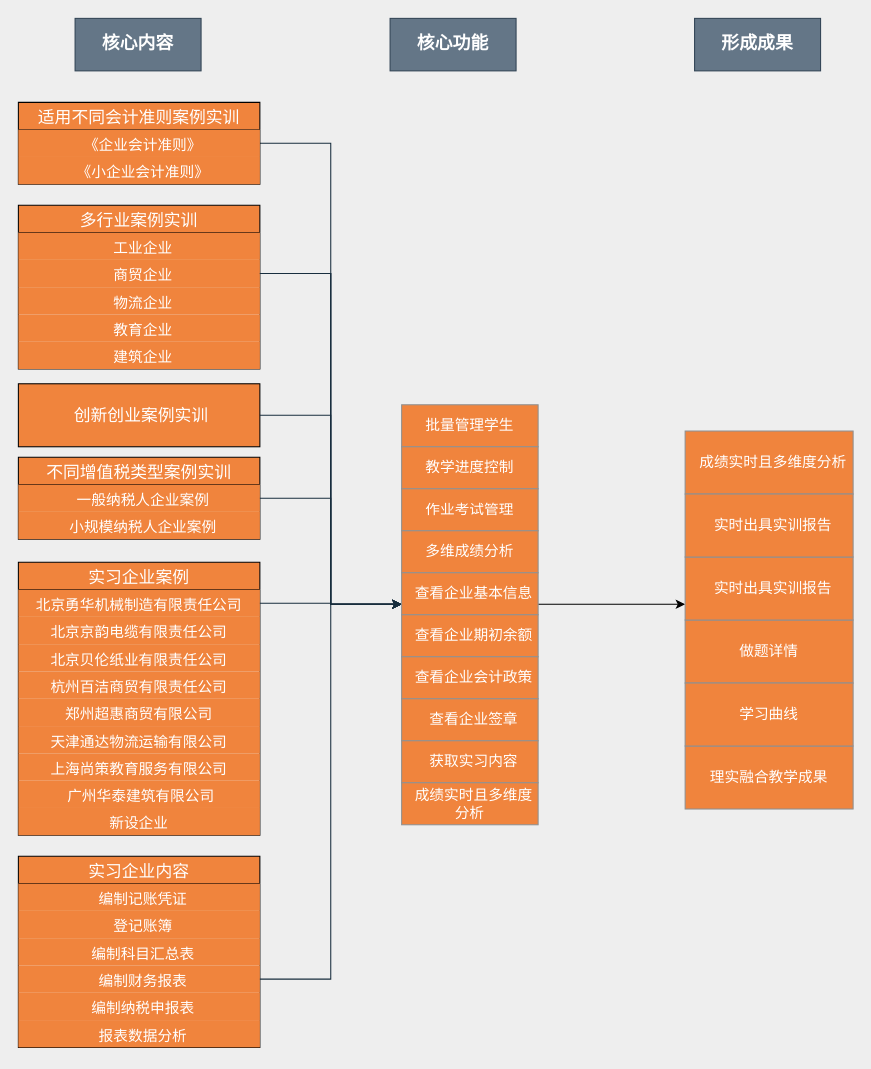
The draw.io diagram 会计综合.drawio in oldKing997/diagramsRepository, before the edit. Source tidied: cells renumbered, new cells numbered last; positions are measured from the earlier drawing's top-left corner, leaving out a move shared by most shapes. Both pictures are drawn from the tidied source at 105%, with x=0, y=0 at pixel (18, 18).
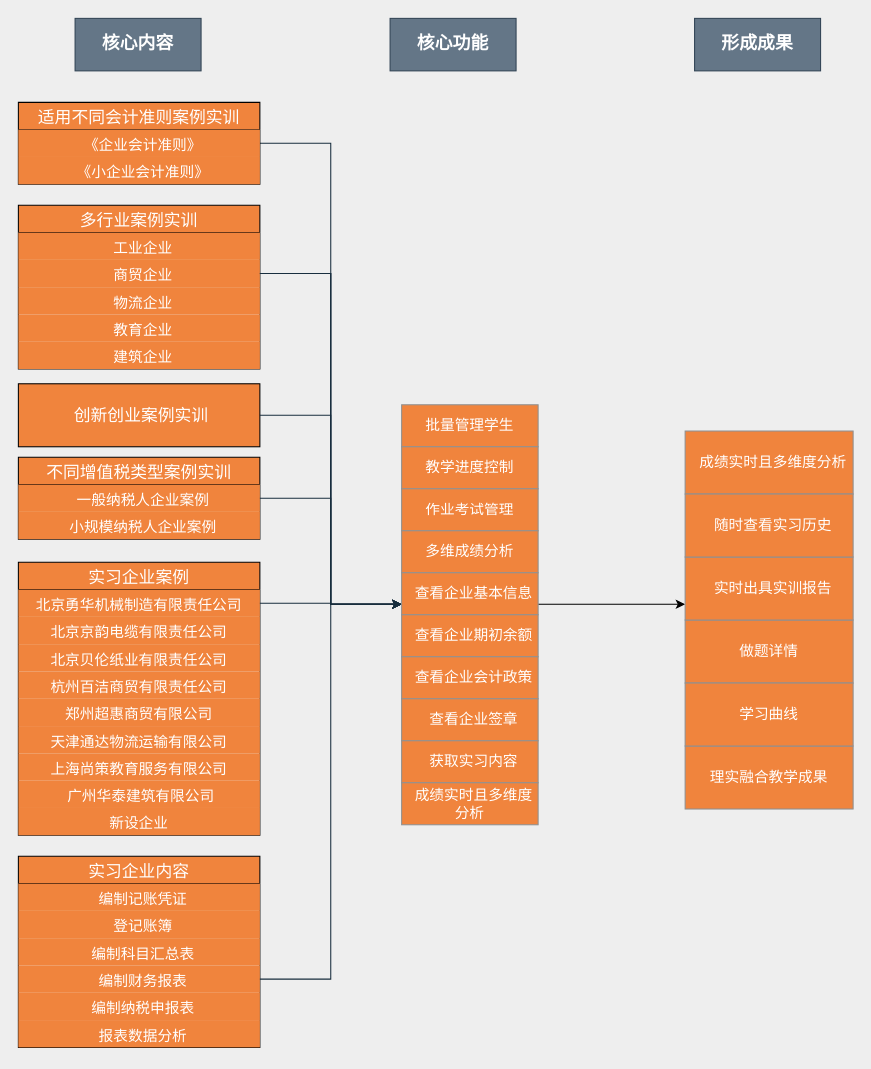
After the change.

Commit message (it also covers changes not shown here):
更新会计综合.drawio

The change refers to these unchanged cells:
```xml
<mxCell id="54" style="group;" parent="1" vertex="1">
  <mxGeometry x="635" y="393" width="160" height="360" as="geometry" />
</mxCell>
```

Change to the diagram source:
```diff
@@
-    <mxCell id="60" value="&amp;nbsp;&lt;span&gt; &lt;/span&gt;实时出具实训报告" style="rounded=0;whiteSpace=wrap;html=1;sketch=0;fontSize=14;fontColor=#FFFFFF;strokeColor=#909090;fillColor=#F0843D;align=center;verticalAlign=middle;" parent="54" vertex="1">
+    <mxCell id="60" value="&amp;nbsp;&lt;span&gt; &lt;/span&gt;随时查看实习历史" style="rounded=0;whiteSpace=wrap;html=1;sketch=0;fontSize=14;fontColor=#FFFFFF;strokeColor=#909090;fillColor=#F0843D;align=center;verticalAlign=middle;" parent="54" vertex="1">
       <mxGeometry y="60" width="160" height="60" as="geometry" />
     </mxCell>
```
